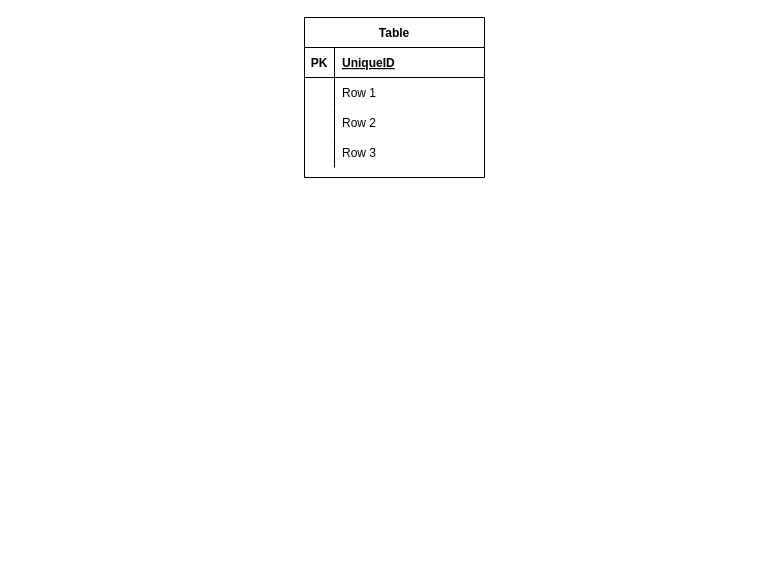
Before: Untitled Diagram.drawio in microverseinc/ror-social-scaffold, a draw.io diagram. Source tidied: cells renumbered, new cells numbered last; positions are measured from the earlier drawing's top-left corner, leaving out a move shared by most shapes. Both pictures are drawn from the tidied source at 100%, with x=0, y=0 at pixel (304, 17).
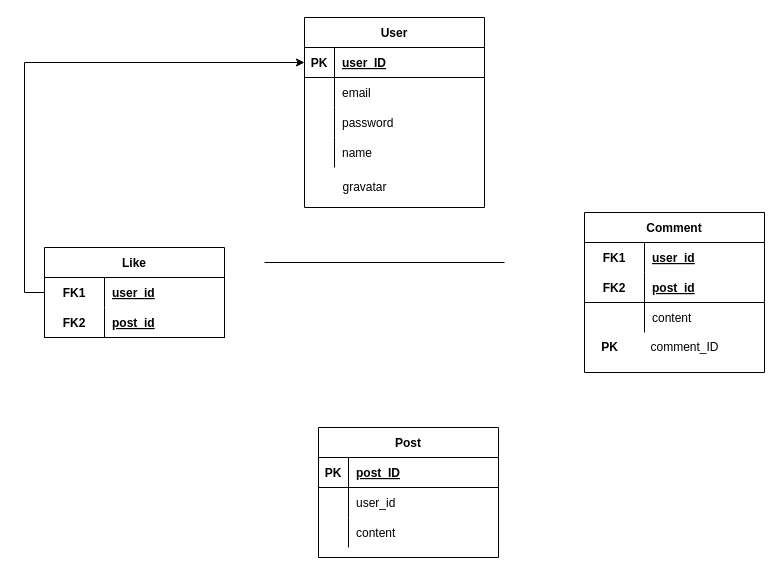
The same diagram, later.

The change refers to these unchanged cells:
```xml
<mxCell id="3" style="shape=partialRectangle;fillColor=none;top=0;left=0;bottom=1;right=0;points=[[0,0.5],[1,0.5]];portConstraint=eastwest;" parent="2" vertex="1">
  <mxGeometry y="30" width="180" height="30" as="geometry" />
</mxCell>
<mxCell id="6" style="shape=partialRectangle;fillColor=none;top=0;left=0;bottom=0;right=0;" parent="2" vertex="1">
  <mxGeometry y="60" width="180" height="30" as="geometry" />
</mxCell>
<mxCell id="9" style="shape=partialRectangle;fillColor=none;top=0;left=0;bottom=0;right=0;" parent="2" vertex="1">
  <mxGeometry y="90" width="180" height="30" as="geometry" />
</mxCell>
<mxCell id="12" style="shape=partialRectangle;fillColor=none;top=0;left=0;bottom=0;right=0;" parent="2" vertex="1">
  <mxGeometry y="120" width="180" height="30" as="geometry" />
</mxCell>
```

The edit, as a diff of the source:
```diff
@@
-    <mxCell id="2" value="Table" style="shape=table;startSize=30;childLayout=tableLayout;rowLines=0;fontStyle=1;align=center;" parent="1" vertex="1">
-      <mxGeometry width="180" height="160" as="geometry" />
+    <mxCell id="2" value="User" style="shape=table;startSize=30;childLayout=tableLayout;rowLines=0;fontStyle=1;align=center;" parent="1" vertex="1">
+      <mxGeometry width="180" height="190" as="geometry" />
     </mxCell>
@@
-    <mxCell id="5" value="UniqueID" style="shape=partialRectangle;fillColor=none;top=0;left=0;bottom=0;right=0;align=left;spacingLeft=6;fontStyle=5;overflow=hidden;" parent="3" vertex="1">
+    <mxCell id="5" value="user_ID" style="shape=partialRectangle;fillColor=none;top=0;left=0;bottom=0;right=0;align=left;spacingLeft=6;fontStyle=5;overflow=hidden;" parent="3" vertex="1">
       <mxGeometry x="30" width="150" height="30" as="geometry" />
     </mxCell>
@@
-    <mxCell id="8" value="Row 1" style="shape=partialRectangle;fillColor=none;top=0;left=0;bottom=0;right=0;align=left;spacingLeft=6;overflow=hidden;" parent="6" vertex="1">
+    <mxCell id="8" value="email" style="shape=partialRectangle;fillColor=none;top=0;left=0;bottom=0;right=0;align=left;spacingLeft=6;overflow=hidden;" parent="6" vertex="1">
       <mxGeometry x="30" width="150" height="30" as="geometry" />
     </mxCell>
@@
-    <mxCell id="11" value="Row 2" style="shape=partialRectangle;fillColor=none;top=0;left=0;bottom=0;right=0;align=left;spacingLeft=6;overflow=hidden;" parent="9" vertex="1">
+    <mxCell id="11" value="password" style="shape=partialRectangle;fillColor=none;top=0;left=0;bottom=0;right=0;align=left;spacingLeft=6;overflow=hidden;" parent="9" vertex="1">
       <mxGeometry x="30" width="150" height="30" as="geometry" />
     </mxCell>
@@
-    <mxCell id="14" value="Row 3" style="shape=partialRectangle;fillColor=none;top=0;left=0;bottom=0;right=0;align=left;spacingLeft=6;overflow=hidden;" parent="12" vertex="1">
+    <mxCell id="14" value="name" style="shape=partialRectangle;fillColor=none;top=0;left=0;bottom=0;right=0;align=left;spacingLeft=6;overflow=hidden;" parent="12" vertex="1">
       <mxGeometry x="30" width="150" height="30" as="geometry" />
     </mxCell>
+    <mxCell id="15" value="Comment" style="shape=table;startSize=30;childLayout=tableLayout;rowLines=0;fontStyle=1;align=center;" parent="1" vertex="1">
+      <mxGeometry x="280" y="195" width="180" height="160" as="geometry" />
+    </mxCell>
+    <mxCell id="16" style="shape=partialRectangle;fillColor=none;top=0;left=0;bottom=0;right=0;" parent="15" vertex="1">
+      <mxGeometry y="30" width="180" height="30" as="geometry" />
+    </mxCell>
+    <mxCell id="17" value="FK1" style="shape=partialRectangle;fillColor=none;top=0;left=0;bottom=0;right=0;fontStyle=1;overflow=hidden;" parent="16" vertex="1">
+      <mxGeometry width="60" height="30" as="geometry" />
+    </mxCell>
+    <mxCell id="18" value="user_id" style="shape=partialRectangle;fillColor=none;top=0;left=0;bottom=0;right=0;align=left;spacingLeft=6;fontStyle=5;overflow=hidden;" parent="16" vertex="1">
+      <mxGeometry x="60" width="120" height="30" as="geometry" />
+    </mxCell>
+    <mxCell id="19" style="shape=partialRectangle;fillColor=none;top=0;left=0;bottom=1;right=0;" parent="15" vertex="1">
+      <mxGeometry y="60" width="180" height="30" as="geometry" />
+    </mxCell>
+    <mxCell id="20" value="FK2" style="shape=partialRectangle;fillColor=none;top=0;left=0;bottom=0;right=0;fontStyle=1;overflow=hidden;" parent="19" vertex="1">
+      <mxGeometry width="60" height="30" as="geometry" />
+    </mxCell>
+    <mxCell id="21" value="post_id" style="shape=partialRectangle;fillColor=none;top=0;left=0;bottom=0;right=0;align=left;spacingLeft=6;fontStyle=5;overflow=hidden;" parent="19" vertex="1">
+      <mxGeometry x="60" width="120" height="30" as="geometry" />
+    </mxCell>
+    <mxCell id="22" style="shape=partialRectangle;fillColor=none;top=0;left=0;bottom=0;right=0;" parent="15" vertex="1">
+      <mxGeometry y="90" width="180" height="30" as="geometry" />
+    </mxCell>
+    <mxCell id="23" style="shape=partialRectangle;fillColor=none;top=0;left=0;bottom=0;right=0;overflow=hidden;" parent="22" vertex="1">
+      <mxGeometry width="60" height="30" as="geometry" />
+    </mxCell>
+    <mxCell id="24" value="content" style="shape=partialRectangle;fillColor=none;top=0;left=0;bottom=0;right=0;align=left;spacingLeft=6;overflow=hidden;" parent="22" vertex="1">
+      <mxGeometry x="60" width="120" height="30" as="geometry" />
+    </mxCell>
+    <mxCell id="25" value="Like" style="shape=table;startSize=30;childLayout=tableLayout;rowLines=0;fontStyle=1;align=center;" parent="1" vertex="1">
+      <mxGeometry x="-260" y="230" width="180" height="90" as="geometry" />
+    </mxCell>
+    <mxCell id="26" style="shape=partialRectangle;fillColor=none;top=0;left=0;bottom=0;right=0;points=[[0,0.5],[1,0.5]];portConstraint=eastwest;" parent="25" vertex="1">
+      <mxGeometry y="30" width="180" height="30" as="geometry" />
+    </mxCell>
+    <mxCell id="27" value="FK1" style="shape=partialRectangle;fillColor=none;top=0;left=0;bottom=0;right=0;fontStyle=1;overflow=hidden;" parent="26" vertex="1">
+      <mxGeometry width="60" height="30" as="geometry" />
+    </mxCell>
+    <mxCell id="28" value="user_id" style="shape=partialRectangle;fillColor=none;top=0;left=0;bottom=0;right=0;align=left;spacingLeft=6;fontStyle=5;overflow=hidden;" parent="26" vertex="1">
+      <mxGeometry x="60" width="120" height="30" as="geometry" />
+    </mxCell>
+    <mxCell id="29" style="shape=partialRectangle;fillColor=none;top=0;left=0;bottom=1;right=0;" parent="25" vertex="1">
+      <mxGeometry y="60" width="180" height="30" as="geometry" />
+    </mxCell>
+    <mxCell id="30" value="FK2" style="shape=partialRectangle;fillColor=none;top=0;left=0;bottom=0;right=0;fontStyle=1;overflow=hidden;" parent="29" vertex="1">
+      <mxGeometry width="60" height="30" as="geometry" />
+    </mxCell>
+    <mxCell id="31" value="post_id" style="shape=partialRectangle;fillColor=none;top=0;left=0;bottom=0;right=0;align=left;spacingLeft=6;fontStyle=5;overflow=hidden;" parent="29" vertex="1">
+      <mxGeometry x="60" width="120" height="30" as="geometry" />
+    </mxCell>
+    <mxCell id="32" value="gravatar" style="text;html=1;align=center;verticalAlign=middle;" parent="1" vertex="1">
+      <mxGeometry x="30" y="160" width="60" height="20" as="geometry" />
+    </mxCell>
+    <mxCell id="33" value="comment_ID" style="text;html=1;align=center;verticalAlign=middle;" parent="1" vertex="1">
+      <mxGeometry x="340" y="320" width="80" height="20" as="geometry" />
+    </mxCell>
+    <mxCell id="34" value="Post" style="shape=table;startSize=30;childLayout=tableLayout;rowLines=0;fontStyle=1;align=center;" parent="1" vertex="1">
+      <mxGeometry x="14" y="410" width="180" height="130" as="geometry" />
+    </mxCell>
+    <mxCell id="35" style="shape=partialRectangle;fillColor=none;top=0;left=0;bottom=1;right=0;" parent="34" vertex="1">
+      <mxGeometry y="30" width="180" height="30" as="geometry" />
+    </mxCell>
+    <mxCell id="36" value="PK" style="shape=partialRectangle;fillColor=none;top=0;left=0;bottom=0;right=0;fontStyle=1;overflow=hidden;" parent="35" vertex="1">
+      <mxGeometry width="30" height="30" as="geometry" />
+    </mxCell>
+    <mxCell id="37" value="post_ID" style="shape=partialRectangle;fillColor=none;top=0;left=0;bottom=0;right=0;align=left;spacingLeft=6;fontStyle=5;overflow=hidden;" parent="35" vertex="1">
+      <mxGeometry x="30" width="150" height="30" as="geometry" />
+    </mxCell>
+    <mxCell id="38" style="shape=partialRectangle;fillColor=none;top=0;left=0;bottom=0;right=0;" parent="34" vertex="1">
+      <mxGeometry y="60" width="180" height="30" as="geometry" />
+    </mxCell>
+    <mxCell id="39" style="shape=partialRectangle;fillColor=none;top=0;left=0;bottom=0;right=0;overflow=hidden;" parent="38" vertex="1">
+      <mxGeometry width="30" height="30" as="geometry" />
+    </mxCell>
+    <mxCell id="40" value="user_id" style="shape=partialRectangle;fillColor=none;top=0;left=0;bottom=0;right=0;align=left;spacingLeft=6;overflow=hidden;" parent="38" vertex="1">
+      <mxGeometry x="30" width="150" height="30" as="geometry" />
+    </mxCell>
+    <mxCell id="41" style="shape=partialRectangle;fillColor=none;top=0;left=0;bottom=0;right=0;" parent="34" vertex="1">
+      <mxGeometry y="90" width="180" height="30" as="geometry" />
+    </mxCell>
+    <mxCell id="42" style="shape=partialRectangle;fillColor=none;top=0;left=0;bottom=0;right=0;overflow=hidden;" parent="41" vertex="1">
+      <mxGeometry width="30" height="30" as="geometry" />
+    </mxCell>
+    <mxCell id="43" value="content" style="shape=partialRectangle;fillColor=none;top=0;left=0;bottom=0;right=0;align=left;spacingLeft=6;overflow=hidden;" parent="41" vertex="1">
+      <mxGeometry x="30" width="150" height="30" as="geometry" />
+    </mxCell>
+    <mxCell id="44" value="&lt;b&gt;PK&lt;/b&gt;" style="text;html=1;align=center;verticalAlign=middle;" parent="1" vertex="1">
+      <mxGeometry x="290" y="320" width="30" height="20" as="geometry" />
+    </mxCell>
+    <mxCell id="45" style="edgeStyle=orthogonalEdgeStyle;rounded=0;jettySize=auto;html=1;exitX=0;exitY=0.5;exitDx=0;exitDy=0;entryX=0;entryY=0.5;entryDx=0;entryDy=0;" parent="1" edge="1" source="26" target="3">
+      <mxGeometry relative="1" as="geometry" />
+    </mxCell>
+    <mxCell id="46" style="line;strokeWidth=1;dashed=0;labelPosition=right;align=left;verticalAlign=middle;spacingTop=0;spacingLeft=6;" parent="1" vertex="1">
+      <mxGeometry x="-40" y="240" width="240" height="10" as="geometry" />
+    </mxCell>
```
